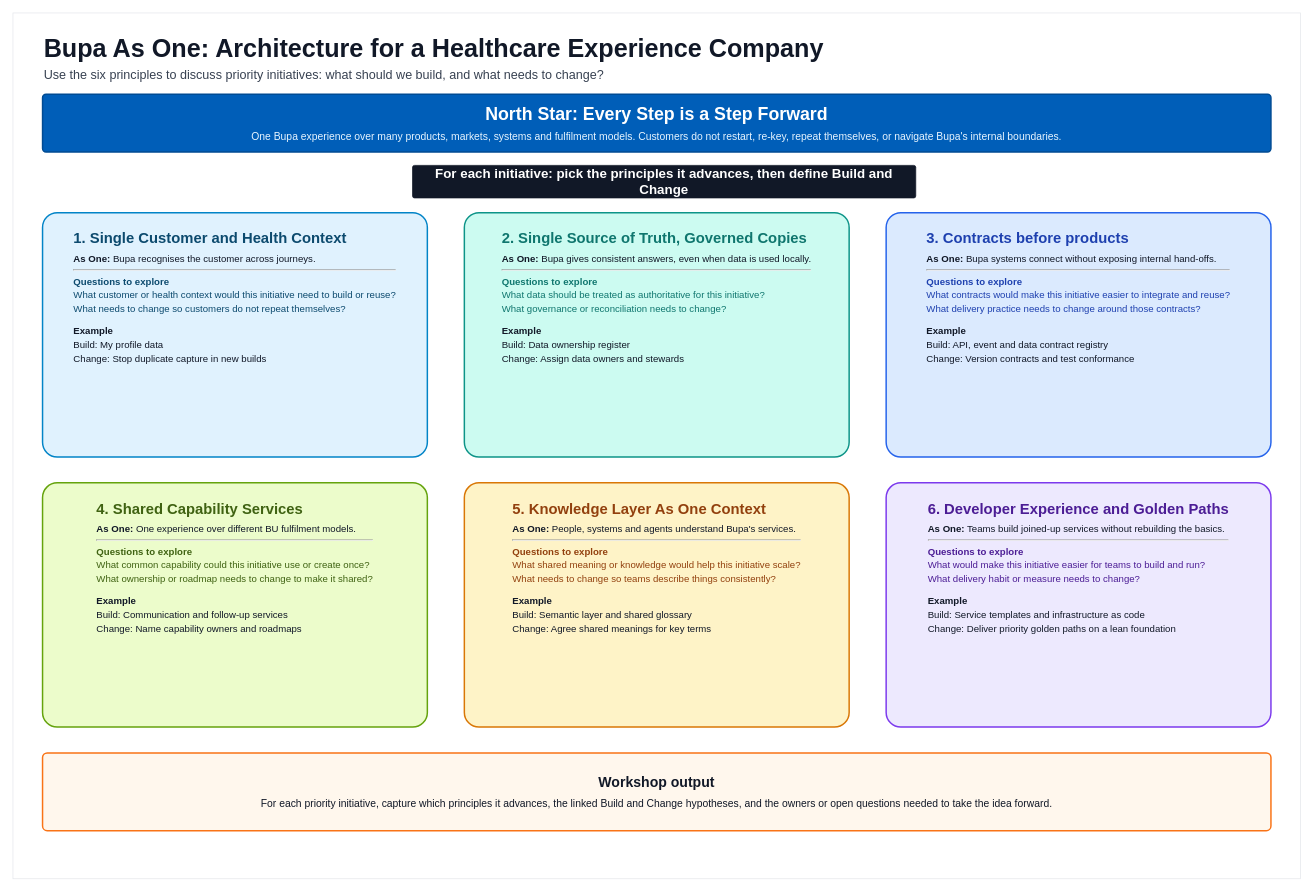
danielcjohnson/bupa-it-strategy-session-1 keeps this draw.io diagram as bupa-it-strategy-six-requirements-build-do-v5.drawio. Above is the earlier version. Source tidied: cells renumbered, new cells numbered last; positions are measured from the earlier drawing's top-left corner, leaving out a move shared by most shapes. Both pictures are drawn from the tidied source at 74%, with x=0, y=0 at pixel (13, 13).
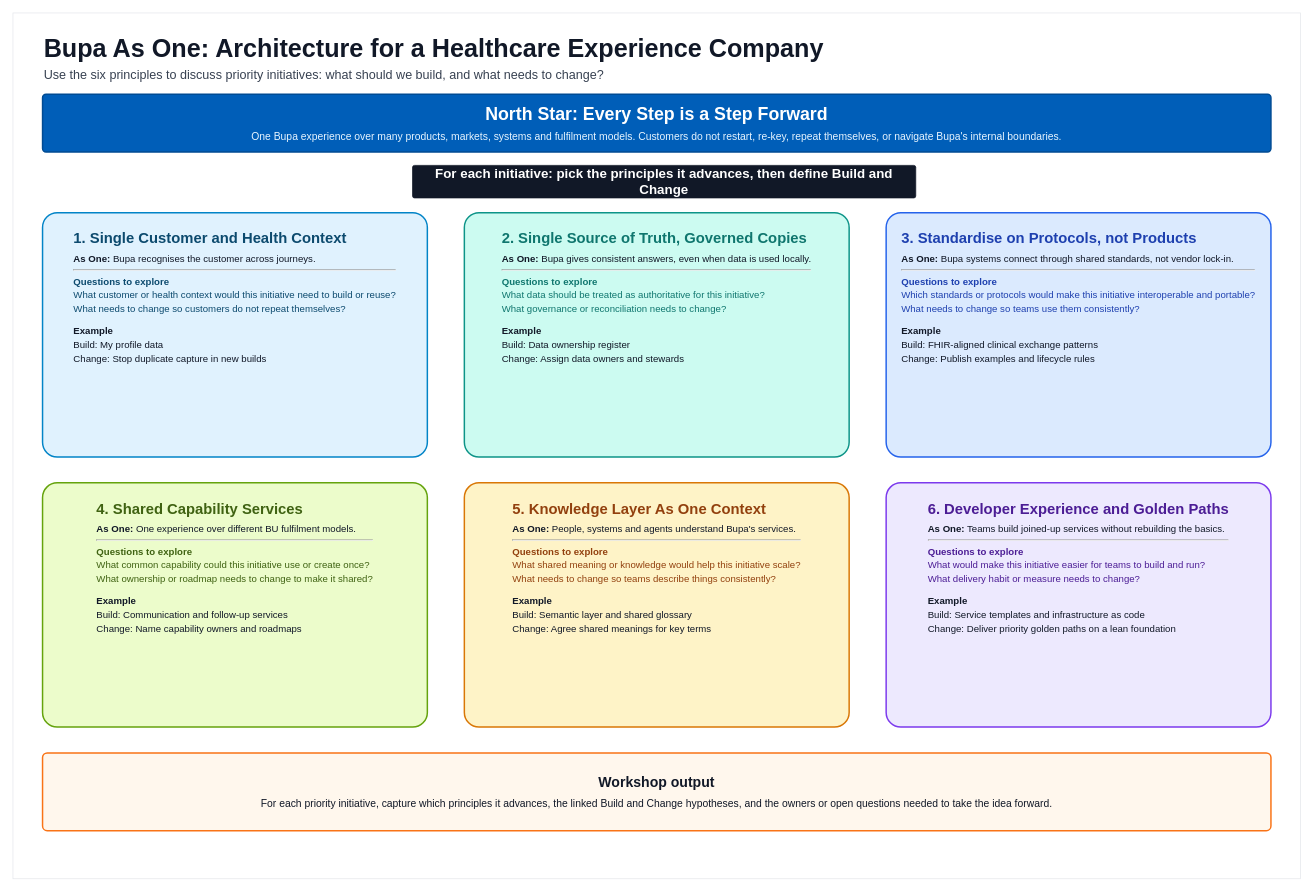
The same page after the edit.

The edit, as a diff of the source:
```diff
@@
 <mxGraphModel>
   <root>
     <mxCell id="0" />
     <mxCell id="1" parent="0" />
     <mxCell id="2" style="rounded=0;whiteSpace=wrap;html=1;fillColor=#ffffff;strokeColor=#E5E7EB;strokeWidth=1;" parent="1" vertex="1">
       <mxGeometry width="1740" height="1170" as="geometry" />
     </mxCell>
     <mxCell id="3" value="&lt;div style=&quot;font-size: 34px; font-weight: 700; color: rgb(17, 24, 39);&quot;&gt;Bupa As One: Architecture for a Healthcare Experience Company&lt;/div&gt;&lt;div style=&quot;font-size: 17px; color: rgb(55, 65, 81); margin-top: 6px;&quot;&gt;Use the six principles to discuss priority initiatives: what should we build, and what needs to change?&lt;/div&gt;" style="text;html=1;strokeColor=none;fillColor=none;align=left;verticalAlign=middle;whiteSpace=wrap;rounded=0;" parent="1" vertex="1">
       <mxGeometry x="40" y="25" width="1250" height="72" as="geometry" />
     </mxCell>
     <mxCell id="4" value="&lt;div style=&quot;font-size: 24px; font-weight: 700; color: rgb(255,255,255);&quot;&gt;North Star: Every Step is a Step Forward&lt;/div&gt;&lt;div style=&quot;font-size: 14px; color: rgb(231,245,255); margin-top: 7px;&quot;&gt;One Bupa experience over many products, markets, systems and fulfilment models. Customers do not restart, re-key, repeat themselves, or navigate Bupa's internal boundaries.&lt;/div&gt;" style="rounded=1;whiteSpace=wrap;html=1;align=center;verticalAlign=middle;fillColor=#005EB8;strokeColor=#004B93;strokeWidth=2;arcSize=6;" parent="1" vertex="1">
       <mxGeometry x="40" y="110" width="1660" height="78" as="geometry" />
     </mxCell>
     <mxCell id="5" value="For each initiative: pick the principles it advances, then define Build and Change" style="rounded=1;whiteSpace=wrap;html=1;align=center;verticalAlign=middle;fontSize=18;fontStyle=1;fillColor=#111827;strokeColor=#111827;strokeWidth=1;fontColor=#FFFFFF;arcSize=6;" parent="1" vertex="1">
       <mxGeometry x="540" y="206" width="680" height="44" as="geometry" />
     </mxCell>
     <mxCell id="6" value="&lt;div style=&quot;font-size: 20px; font-weight: 700; color: rgb(12, 74, 110); text-align: left;&quot;&gt;1. Single Customer and Health Context&lt;/div&gt;&lt;div style=&quot;font-size: 13px; color: rgb(17, 24, 39); margin-top: 8px; text-align: left;&quot;&gt;&lt;b&gt;As One:&lt;/b&gt; Bupa recognises the customer across journeys.&lt;/div&gt;&lt;hr&gt;&lt;div style=&quot;font-size: 13px; color: rgb(12, 74, 110); text-align: left; line-height: 1.45;&quot;&gt;&lt;b&gt;Questions to explore&lt;/b&gt;&lt;br&gt;What customer or health context would this initiative need to build or reuse?&lt;br&gt;What needs to change so customers do not repeat themselves?&lt;/div&gt;&lt;div style=&quot;font-size: 13px; color: rgb(17, 24, 39); text-align: left; line-height: 1.45; margin-top: 10px;&quot;&gt;&lt;b&gt;Example&lt;/b&gt;&lt;br&gt;Build: My profile data&lt;br&gt;Change: Stop duplicate capture in new builds&lt;/div&gt;" style="rounded=1;whiteSpace=wrap;html=1;align=center;verticalAlign=top;fillColor=#E0F2FE;strokeColor=#0284C7;strokeWidth=2;fontColor=#0F172A;spacing=18;arcSize=6;" parent="1" vertex="1">
       <mxGeometry x="40" y="270" width="520" height="330" as="geometry" />
     </mxCell>
     <mxCell id="7" value="&lt;div style=&quot;font-size: 20px; font-weight: 700; color: rgb(15, 118, 110); text-align: left;&quot;&gt;2. Single Source of Truth, Governed Copies&lt;/div&gt;&lt;div style=&quot;font-size: 13px; color: rgb(17, 24, 39); margin-top: 8px; text-align: left;&quot;&gt;&lt;b&gt;As One:&lt;/b&gt; Bupa gives consistent answers, even when data is used locally.&lt;/div&gt;&lt;hr&gt;&lt;div style=&quot;font-size: 13px; color: rgb(15, 118, 110); text-align: left; line-height: 1.45;&quot;&gt;&lt;b&gt;Questions to explore&lt;/b&gt;&lt;br&gt;What data should be treated as authoritative for this initiative?&lt;br&gt;What governance or reconciliation needs to change?&lt;/div&gt;&lt;div style=&quot;font-size: 13px; color: rgb(17, 24, 39); text-align: left; line-height: 1.45; margin-top: 10px;&quot;&gt;&lt;b&gt;Example&lt;/b&gt;&lt;br&gt;Build: Data ownership register&lt;br&gt;Change: Assign data owners and stewards&lt;/div&gt;" style="rounded=1;whiteSpace=wrap;html=1;align=center;verticalAlign=top;fillColor=#CCFBF1;strokeColor=#0D9488;strokeWidth=2;fontColor=#0F172A;spacing=18;arcSize=6;" parent="1" vertex="1">
       <mxGeometry x="610" y="270" width="520" height="330" as="geometry" />
     </mxCell>
-    <mxCell id="8" value="&lt;div style=&quot;font-size: 20px; font-weight: 700; color: rgb(30, 64, 175); text-align: left;&quot;&gt;3. Contracts before products&lt;/div&gt;&lt;div style=&quot;font-size: 13px; color: rgb(17, 24, 39); margin-top: 8px; text-align: left;&quot;&gt;&lt;b&gt;As One:&lt;/b&gt; Bupa systems connect without exposing internal hand-offs.&lt;/div&gt;&lt;hr&gt;&lt;div style=&quot;font-size: 13px; color: rgb(30, 64, 175); text-align: left; line-height: 1.45;&quot;&gt;&lt;b&gt;Questions to explore&lt;/b&gt;&lt;br&gt;What contracts would make this initiative easier to integrate and reuse?&lt;br&gt;What delivery practice needs to change around those contracts?&lt;/div&gt;&lt;div style=&quot;font-size: 13px; color: rgb(17, 24, 39); text-align: left; line-height: 1.45; margin-top: 10px;&quot;&gt;&lt;b&gt;Example&lt;/b&gt;&lt;br&gt;Build: API, event and data contract registry&lt;br&gt;Change: Version contracts and test conformance&lt;/div&gt;" style="rounded=1;whiteSpace=wrap;html=1;align=center;verticalAlign=top;fillColor=#DBEAFE;strokeColor=#2563EB;strokeWidth=2;fontColor=#0F172A;spacing=18;arcSize=6;" parent="1" vertex="1">
+    <mxCell id="8" value="&lt;div style=&quot;font-size: 20px; font-weight: 700; color: rgb(30, 64, 175); text-align: left;&quot;&gt;3. Standardise on Protocols, not Products&lt;/div&gt;&lt;div style=&quot;font-size: 13px; color: rgb(17, 24, 39); margin-top: 8px; text-align: left;&quot;&gt;&lt;b&gt;As One:&lt;/b&gt; Bupa systems connect through shared standards, not vendor lock-in.&lt;/div&gt;&lt;hr&gt;&lt;div style=&quot;font-size: 13px; color: rgb(30, 64, 175); text-align: left; line-height: 1.45;&quot;&gt;&lt;b&gt;Questions to explore&lt;/b&gt;&lt;br&gt;Which standards or protocols would make this initiative interoperable and portable?&lt;br&gt;What needs to change so teams use them consistently?&lt;/div&gt;&lt;div style=&quot;font-size: 13px; color: rgb(17, 24, 39); text-align: left; line-height: 1.45; margin-top: 10px;&quot;&gt;&lt;b&gt;Example&lt;/b&gt;&lt;br&gt;Build: FHIR-aligned clinical exchange patterns&lt;br&gt;Change: Publish examples and lifecycle rules&lt;/div&gt;" style="rounded=1;whiteSpace=wrap;html=1;align=center;verticalAlign=top;fillColor=#DBEAFE;strokeColor=#2563EB;strokeWidth=2;fontColor=#0F172A;spacing=18;arcSize=6;" parent="1" vertex="1">
       <mxGeometry x="1180" y="270" width="520" height="330" as="geometry" />
     </mxCell>
     <mxCell id="9" value="&lt;div style=&quot;font-size: 20px; font-weight: 700; color: rgb(63, 98, 18); text-align: left;&quot;&gt;4. Shared Capability Services&lt;/div&gt;&lt;div style=&quot;font-size: 13px; color: rgb(17, 24, 39); margin-top: 8px; text-align: left;&quot;&gt;&lt;b&gt;As One:&lt;/b&gt; One experience over different BU fulfilment models.&lt;/div&gt;&lt;hr&gt;&lt;div style=&quot;font-size: 13px; color: rgb(63, 98, 18); text-align: left; line-height: 1.45;&quot;&gt;&lt;b&gt;Questions to explore&lt;/b&gt;&lt;br&gt;What common capability could this initiative use or create once?&lt;br&gt;What ownership or roadmap needs to change to make it shared?&lt;/div&gt;&lt;div style=&quot;font-size: 13px; color: rgb(17, 24, 39); text-align: left; line-height: 1.45; margin-top: 10px;&quot;&gt;&lt;b&gt;Example&lt;/b&gt;&lt;br&gt;Build: Communication and follow-up services&lt;br&gt;Change: Name capability owners and roadmaps&lt;/div&gt;" style="rounded=1;whiteSpace=wrap;html=1;align=center;verticalAlign=top;fillColor=#ECFCCB;strokeColor=#65A30D;strokeWidth=2;fontColor=#0F172A;spacing=18;arcSize=6;" parent="1" vertex="1">
       <mxGeometry x="40" y="635" width="520" height="330" as="geometry" />
     </mxCell>
     <mxCell id="10" value="&lt;div style=&quot;font-size: 20px; font-weight: 700; color: rgb(146, 64, 14); text-align: left;&quot;&gt;5. Knowledge Layer As One Context&lt;/div&gt;&lt;div style=&quot;font-size: 13px; color: rgb(17, 24, 39); margin-top: 8px; text-align: left;&quot;&gt;&lt;b&gt;As One:&lt;/b&gt; People, systems and agents understand Bupa's services.&lt;/div&gt;&lt;hr&gt;&lt;div style=&quot;font-size: 13px; color: rgb(146, 64, 14); text-align: left; line-height: 1.45;&quot;&gt;&lt;b&gt;Questions to explore&lt;/b&gt;&lt;br&gt;What shared meaning or knowledge would help this initiative scale?&lt;br&gt;What needs to change so teams describe things consistently?&lt;/div&gt;&lt;div style=&quot;font-size: 13px; color: rgb(17, 24, 39); text-align: left; line-height: 1.45; margin-top: 10px;&quot;&gt;&lt;b&gt;Example&lt;/b&gt;&lt;br&gt;Build: Semantic layer and shared glossary&lt;br&gt;Change: Agree shared meanings for key terms&lt;/div&gt;" style="rounded=1;whiteSpace=wrap;html=1;align=center;verticalAlign=top;fillColor=#FEF3C7;strokeColor=#D97706;strokeWidth=2;fontColor=#0F172A;spacing=18;arcSize=6;" parent="1" vertex="1">
       <mxGeometry x="610" y="635" width="520" height="330" as="geometry" />
     </mxCell>
     <mxCell id="11" value="&lt;div style=&quot;font-size: 20px; font-weight: 700; color: rgb(76, 29, 149); text-align: left;&quot;&gt;6. Developer Experience and Golden Paths&lt;/div&gt;&lt;div style=&quot;font-size: 13px; color: rgb(17, 24, 39); margin-top: 8px; text-align: left;&quot;&gt;&lt;b&gt;As One:&lt;/b&gt; Teams build joined-up services without rebuilding the basics.&lt;/div&gt;&lt;hr&gt;&lt;div style=&quot;font-size: 13px; color: rgb(76, 29, 149); text-align: left; line-height: 1.45;&quot;&gt;&lt;b&gt;Questions to explore&lt;/b&gt;&lt;br&gt;What would make this initiative easier for teams to build and run?&lt;br&gt;What delivery habit or measure needs to change?&lt;/div&gt;&lt;div style=&quot;font-size: 13px; color: rgb(17, 24, 39); text-align: left; line-height: 1.45; margin-top: 10px;&quot;&gt;&lt;b&gt;Example&lt;/b&gt;&lt;br&gt;Build: Service templates and infrastructure as code&lt;br&gt;Change: Deliver priority golden paths on a lean foundation&lt;/div&gt;" style="rounded=1;whiteSpace=wrap;html=1;align=center;verticalAlign=top;fillColor=#EDE9FE;strokeColor=#7C3AED;strokeWidth=2;fontColor=#0F172A;spacing=18;arcSize=6;" parent="1" vertex="1">
       <mxGeometry x="1180" y="635" width="520" height="330" as="geometry" />
     </mxCell>
     <mxCell id="12" value="&lt;div style=&quot;font-size: 19px; font-weight: 700; color: rgb(17, 24, 39);&quot;&gt;Workshop output&lt;/div&gt;&lt;div style=&quot;font-size: 14px; color: rgb(17, 24, 39); margin-top: 8px;&quot;&gt;For each priority initiative, capture which principles it advances, the linked Build and Change hypotheses, and the owners or open questions needed to take the idea forward.&lt;/div&gt;" style="rounded=1;whiteSpace=wrap;html=1;align=center;verticalAlign=middle;fillColor=#FFF7ED;strokeColor=#F97316;strokeWidth=2;arcSize=6;" parent="1" vertex="1">
       <mxGeometry x="40" y="1000" width="1660" height="105" as="geometry" />
     </mxCell>
   </root>
 </mxGraphModel>
```
